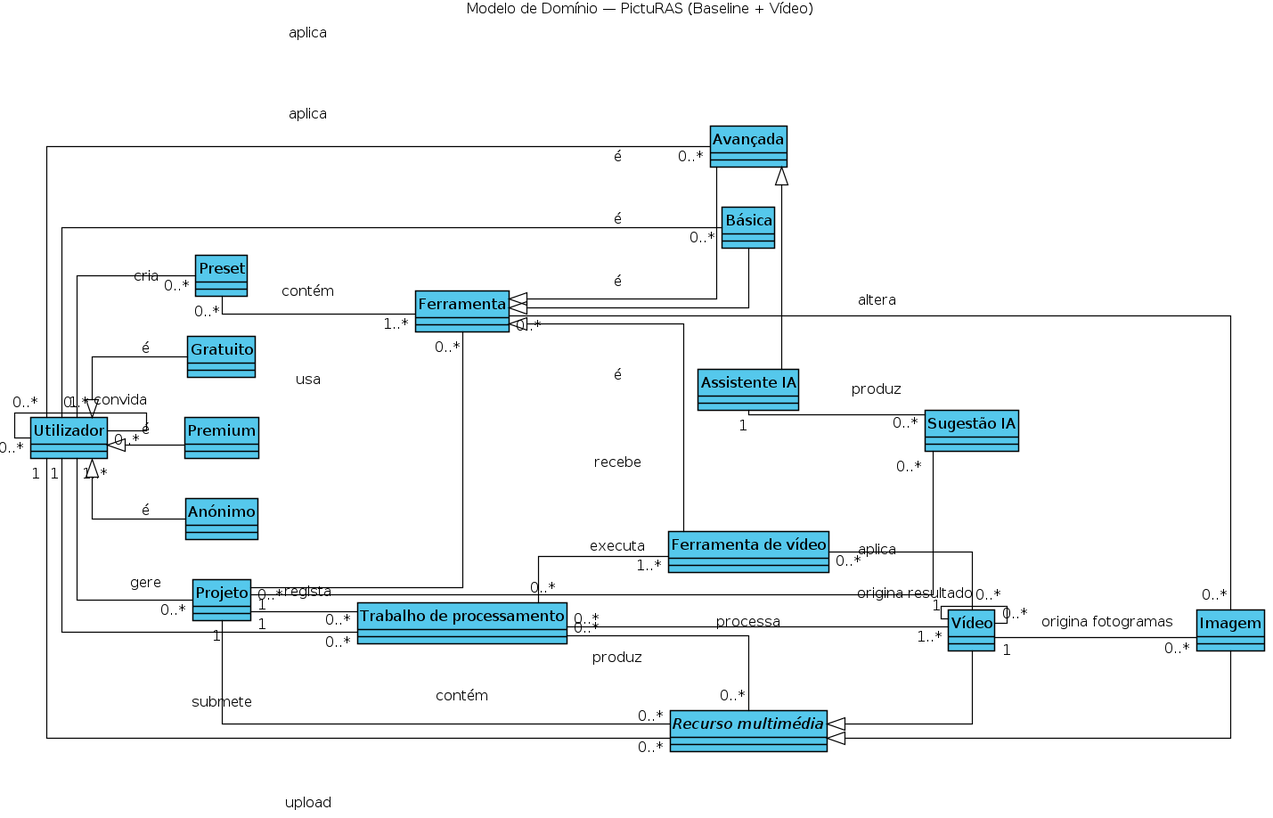
This is docs/diagrams/modelo_dominio.png from luis444coelho/picturas-27-extension, a PlantUML export, as it was before one commit. Its source is kept beside it as docs/diagrams/modelo_dominio.puml.
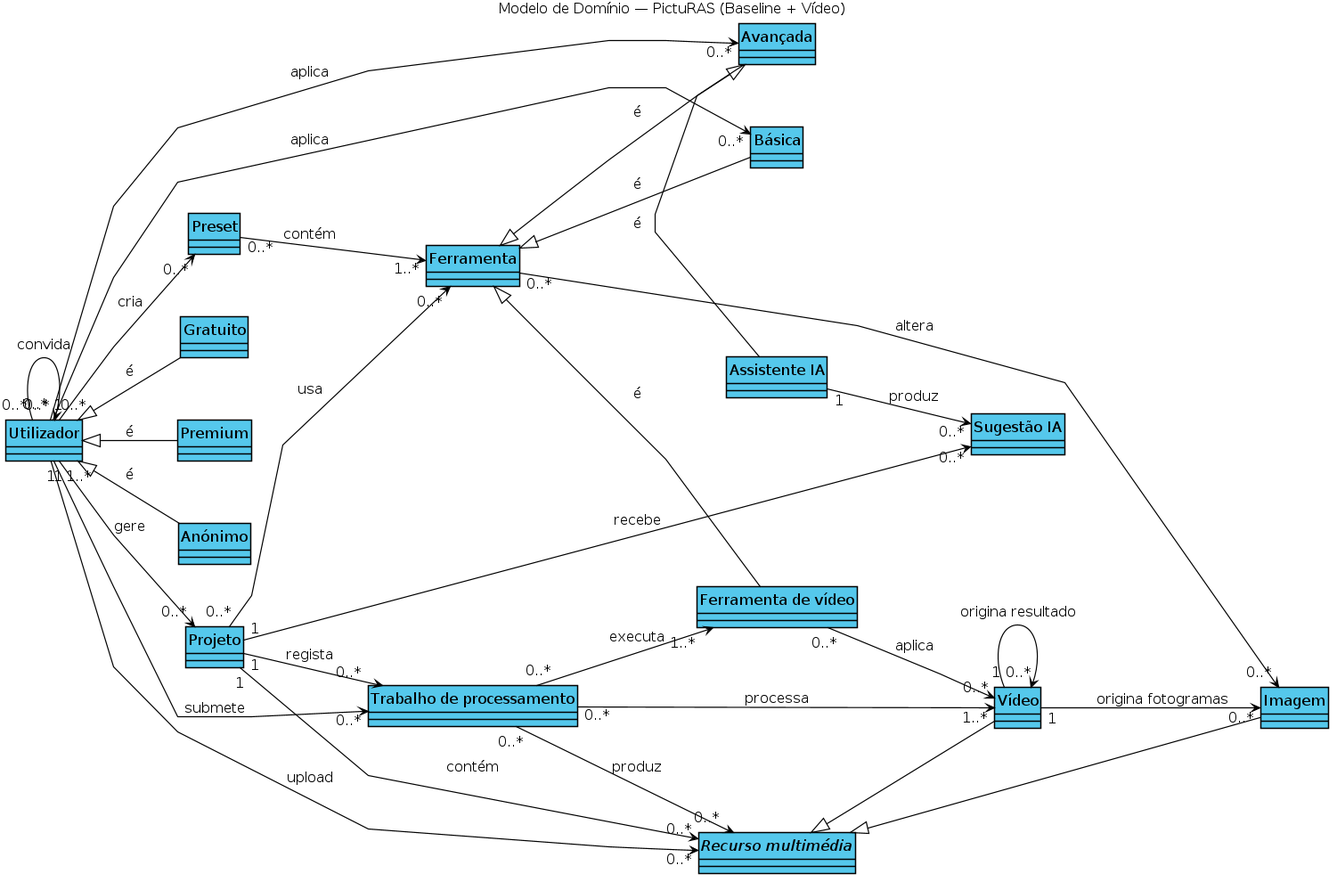
After the commit.

Commit message:
Atualização diagramas

The edit, as a diff of the source:
```diff
@@ -2,7 +2,7 @@
 skinparam monochrome false
 skinparam shadowing false
 skinparam roundcorner 0
-skinparam linetype ortho
+skinparam linetype polyline
 skinparam classAttributeIconSize 0
 skinparam defaultFontName Arial
 skinparam defaultFontSize 16
@@ -11,8 +11,8 @@
 skinparam classBorderColor black
 skinparam ArrowColor black
 skinparam ArrowThickness 1.2
-skinparam nodesep 45
-skinparam ranksep 50
+skinparam nodesep 70
+skinparam ranksep 70
 hide circle
 left to right direction
 
@@ -39,32 +39,32 @@
 Gratuito -up-|> Utilizador : é
 Premium -up-|> Utilizador : é
 Anonimo -up-|> Utilizador : é
-Utilizador "0..*" -- "0..*" Utilizador : convida
-Utilizador "1" -- "0..*" Preset : cria
-Utilizador "1..*" -- "0..*" Projeto : gere
-Projeto "0..*" -- "0..*" Ferramenta : usa
-Preset "0..*" -- "1..*" Ferramenta : contém
+Utilizador "0..*" --> "0..*" Utilizador : convida
+Utilizador "1" --> "0..*" Preset : cria
+Utilizador "1..*" --> "0..*" Projeto : gere
+Projeto "0..*" --> "0..*" Ferramenta : usa
+Preset "0..*" --> "1..*" Ferramenta : contém
 Basica -up-|> Ferramenta : é
 Avancada -up-|> Ferramenta : é
 AssistenteIA -left-|> Avancada : é
-Projeto "1" -- "0..*" SugestaoIA : recebe
-AssistenteIA "1" -- "0..*" SugestaoIA : produz
-Utilizador "1" -- "0..*" Recurso : upload
-Projeto "1" -- "0..*" Recurso : contém
+Projeto "1" --> "0..*" SugestaoIA : recebe
+AssistenteIA "1" --> "0..*" SugestaoIA : produz
+Utilizador "1" --> "0..*" Recurso : upload
+Projeto "1" --> "0..*" Recurso : contém
 Recurso <|-- Imagem
 Recurso <|-- Video
-Ferramenta "0..*" -- "0..*" Imagem : altera
-Utilizador "0..*" -- "0..*" Basica : aplica
-Utilizador "0..*" -- "0..*" Avancada : aplica
+Ferramenta "0..*" --> "0..*" Imagem : altera
+Utilizador "0..*" --> "0..*" Basica : aplica
+Utilizador "0..*" --> "0..*" Avancada : aplica
 
 FerramentaVideo -up-|> Ferramenta : é
-FerramentaVideo "0..*" -- "0..*" Video : aplica
-Video "1" -- "0..*" Imagem : origina fotogramas
-Video "1" -- "0..*" Video : origina resultado
-Projeto "1" -- "0..*" Trabalho : regista
-Utilizador "1" -- "0..*" Trabalho : submete
-Trabalho "0..*" -- "1..*" Video : processa
-Trabalho "0..*" -- "0..*" Recurso : produz
-Trabalho "0..*" -- "1..*" FerramentaVideo : executa
+FerramentaVideo "0..*" --> "0..*" Video : aplica
+Video "1" --> "0..*" Imagem : origina fotogramas
+Video "1" --> "0..*" Video : origina resultado
+Projeto "1" --> "0..*" Trabalho : regista
+Utilizador "1" --> "0..*" Trabalho : submete
+Trabalho "0..*" --> "1..*" Video : processa
+Trabalho "0..*" --> "0..*" Recurso : produz
+Trabalho "0..*" --> "1..*" FerramentaVideo : executa
 
 @enduml
```
